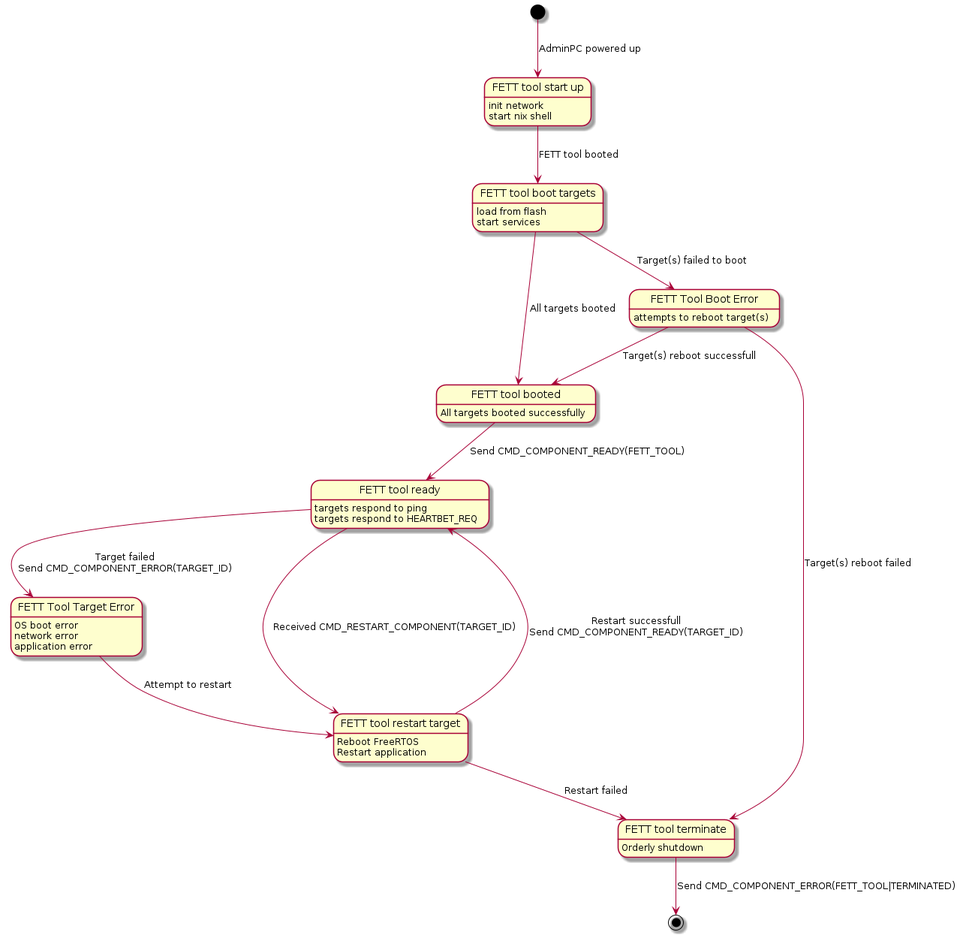
Before: fett/cyberPhys/specs/state_machine_fett_tool.png, a diagram exported from PlantUML (GaloisInc/BESSPIN-Tool-Suite).
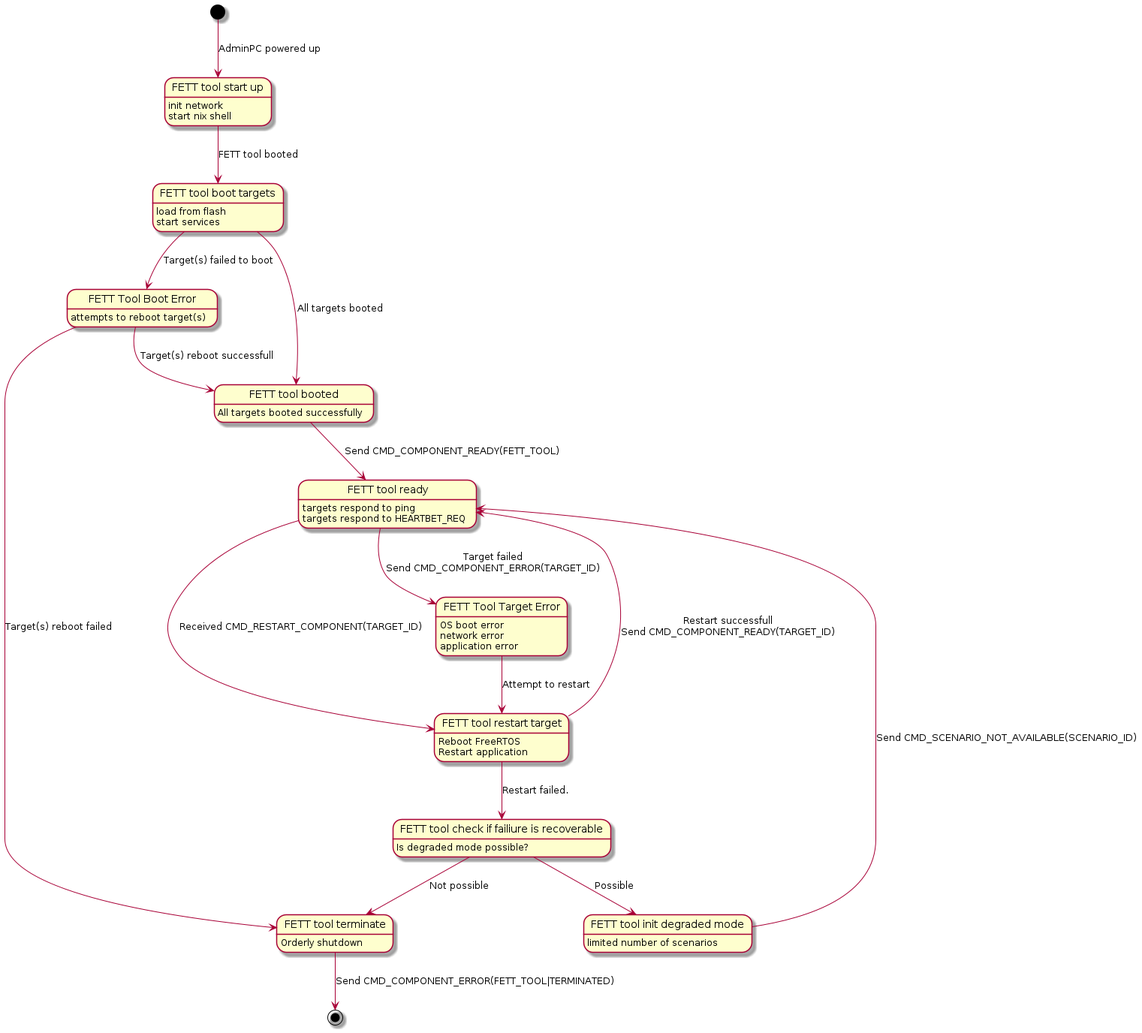
Later version of the same file.

Commit message:
Updated state diagrams

What changed in the source:
```diff
@@ -30,7 +30,6 @@
 
 FettToolTargetError --> FettToolRestartTarget: Attempt to restart
 
-
 state "FETT tool terminate" as FettToolTerminate
 FettToolTerminate: Orderly shutdown
 
@@ -45,7 +44,18 @@
 FettToolReady --> FettToolRestartTarget: Received CMD_RESTART_COMPONENT(TARGET_ID)
 
 FettToolRestartTarget --> FettToolReady: Restart successfull\nSend CMD_COMPONENT_READY(TARGET_ID)
-FettToolRestartTarget --> FettToolTerminate: Restart failed
+FettToolRestartTarget --> FettToolRecoverableFailiure: Restart failed.
+
+state "FETT tool check if failiure is recoverable" as FettToolRecoverableFailiure
+FettToolRecoverableFailiure: Is degraded mode possible?
+
+FettToolRecoverableFailiure --> FettToolTerminate: Not possible
+
+FettToolRecoverableFailiure --> FettToolDegradedModeInit: Possible
+state "FETT tool init degraded mode" as FettToolDegradedModeInit
+FettToolDegradedModeInit: limited number of scenarios
+
+FettToolDegradedModeInit --> FettToolReady: Send CMD_SCENARIO_NOT_AVAILABLE(SCENARIO_ID)
 
 FettToolTerminate --> [*]: Send CMD_COMPONENT_ERROR(FETT_TOOL|TERMINATED)
 
```
